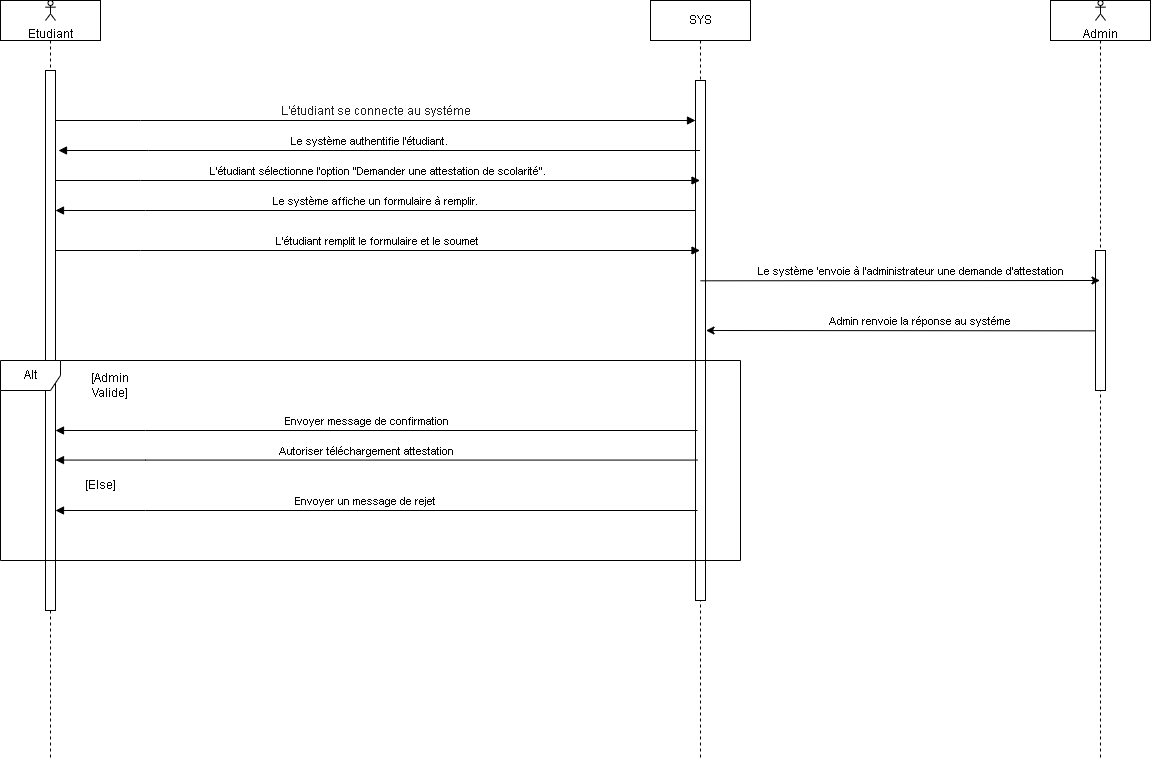
Above: demandeAttestation.drawio.png in elm-dak/uml-gestion-scolaire (draw.io), before the change. Source tidied: cells renumbered, new cells last; positions are measured from the earlier drawing's top-left corner, leaving out a move shared by most shapes.
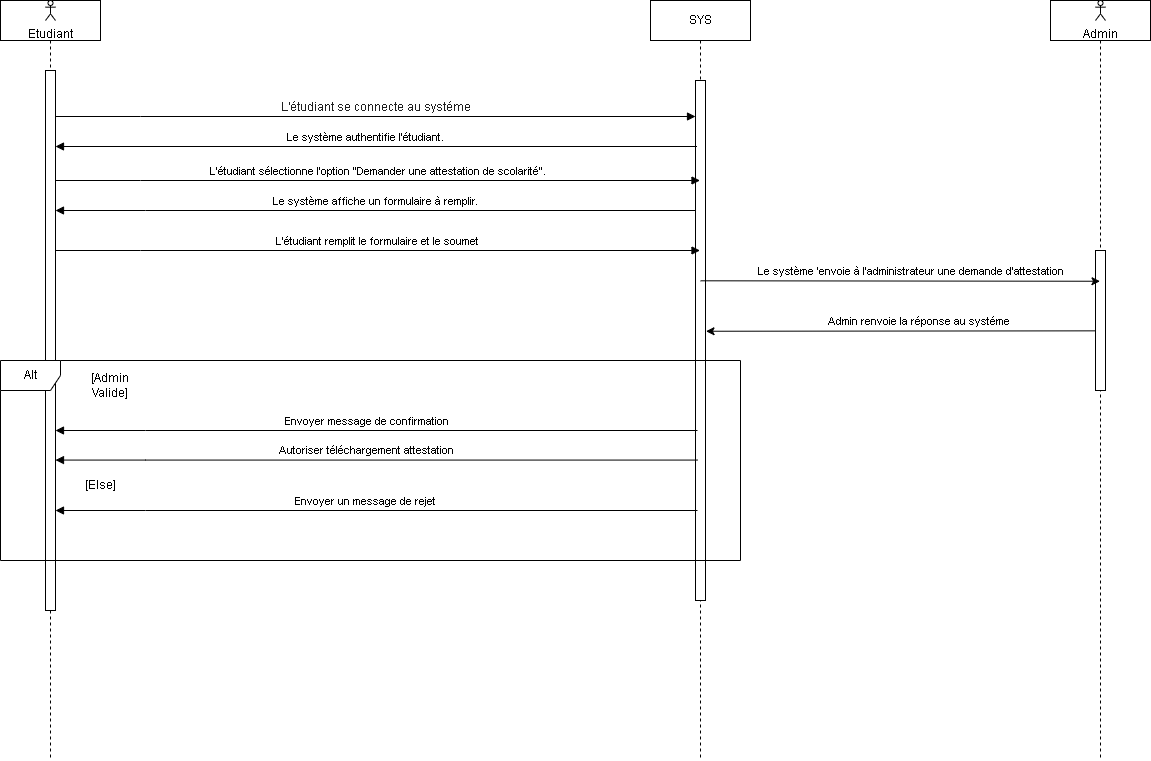
Above is the later version.

Change to the diagram source:
```diff
@@ -14,21 +14,24 @@
     <mxCell id="5" style="html=1;points=[];perimeter=orthogonalPerimeter;outlineConnect=0;targetShapes=umlLifeline;portConstraint=eastwest;newEdgeStyle={&quot;edgeStyle&quot;:&quot;elbowEdgeStyle&quot;,&quot;elbow&quot;:&quot;vertical&quot;,&quot;curved&quot;:0,&quot;rounded&quot;:0};" parent="4" vertex="1">
       <mxGeometry x="45" y="80" width="10" height="520" as="geometry" />
     </mxCell>
-    <mxCell id="6" value="&lt;div style=&quot;text-align: left;&quot;&gt;&lt;font style=&quot;font-size: 12px;&quot; face=&quot;Google Sans, Helvetica Neue, sans-serif&quot; color=&quot;#1f1f1f&quot;&gt;L'étudiant se connecte au systéme&lt;/font&gt;&lt;/div&gt;" style="html=1;verticalAlign=bottom;endArrow=block;edgeStyle=elbowEdgeStyle;elbow=horizontal;curved=0;rounded=0;" parent="1" edge="1" source="3" target="5">
+    <mxCell id="6" value="&lt;div style=&quot;text-align: left;&quot;&gt;&lt;font style=&quot;font-size: 12px;&quot; face=&quot;Google Sans, Helvetica Neue, sans-serif&quot; color=&quot;#1f1f1f&quot;&gt;L'étudiant se connecte au systéme&lt;/font&gt;&lt;/div&gt;" style="html=1;verticalAlign=bottom;endArrow=block;edgeStyle=elbowEdgeStyle;elbow=horizontal;curved=0;rounded=0;" parent="1" edge="1">
       <mxGeometry relative="1" as="geometry">
+        <mxPoint x="55" y="116" as="sourcePoint" />
+        <mxPoint x="695" y="116" as="targetPoint" />
         <Array as="points">
-          <mxPoint x="140" y="120" />
+          <mxPoint x="140" y="116" />
         </Array>
       </mxGeometry>
     </mxCell>
     <mxCell id="7" value="Etudiant" style="shape=umlActor;verticalLabelPosition=bottom;verticalAlign=top;html=1;" parent="1" vertex="1">
       <mxGeometry x="45" width="10" height="20" as="geometry" />
     </mxCell>
-    <mxCell id="8" style="html=1;verticalAlign=bottom;endArrow=block;edgeStyle=elbowEdgeStyle;elbow=vertical;curved=0;rounded=0;" parent="1" edge="1" source="4">
+    <mxCell id="8" style="html=1;verticalAlign=bottom;endArrow=block;edgeStyle=elbowEdgeStyle;elbow=vertical;curved=0;rounded=0;" parent="1" edge="1">
       <mxGeometry relative="1" as="geometry">
-        <mxPoint x="58" y="150" as="targetPoint" />
+        <mxPoint x="696.5" y="146" as="sourcePoint" />
+        <mxPoint x="55" y="146" as="targetPoint" />
         <Array as="points">
-          <mxPoint x="148" y="150" />
+          <mxPoint x="145" y="146" />
         </Array>
       </mxGeometry>
     </mxCell>
```
